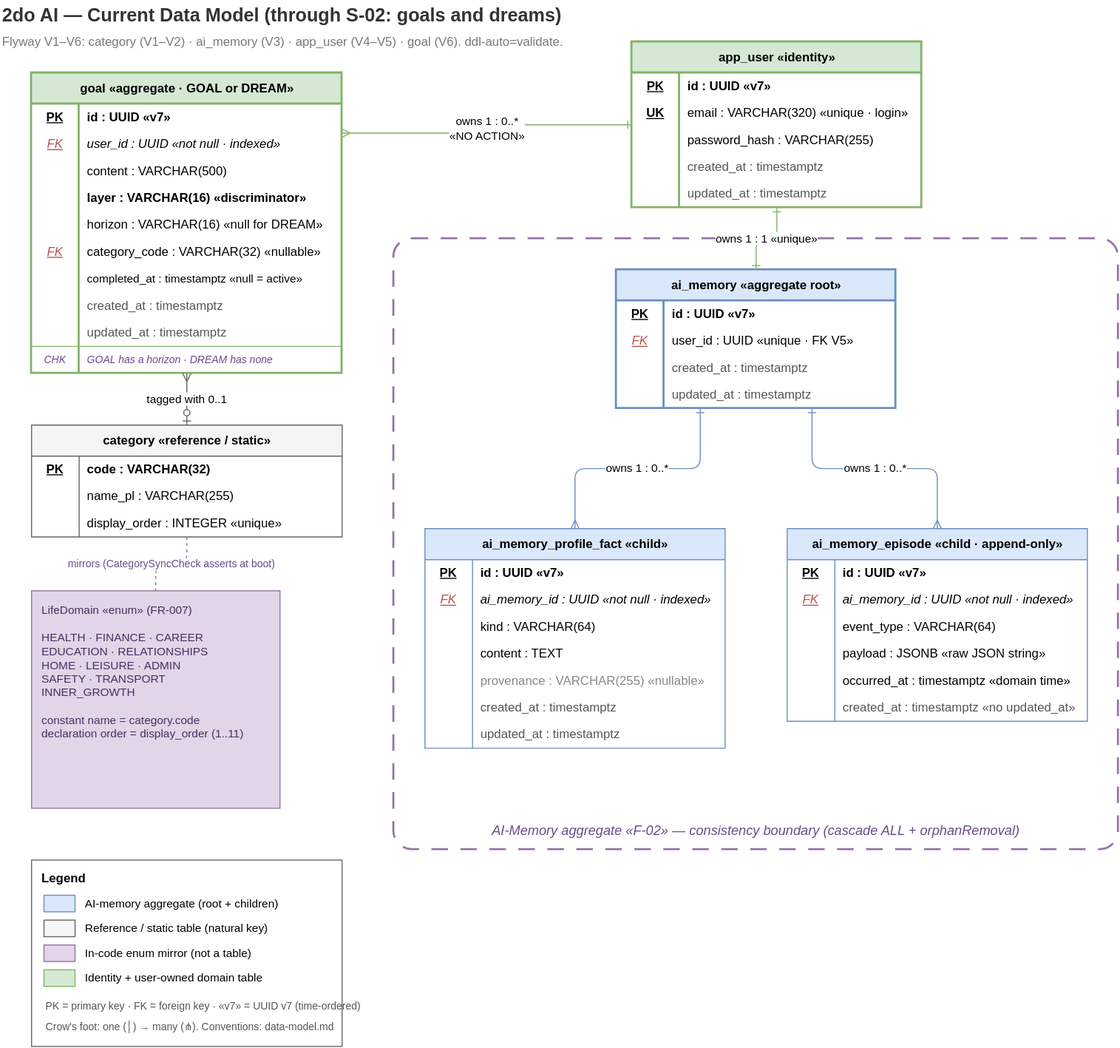
The draw.io diagram context/foundation/data-model-current.svg in TheDariusz/2doai, before a commit. Source tidied: cells renumbered, new cells last; positions are measured from the earlier drawing's top-left corner, leaving out a move shared by most shapes.
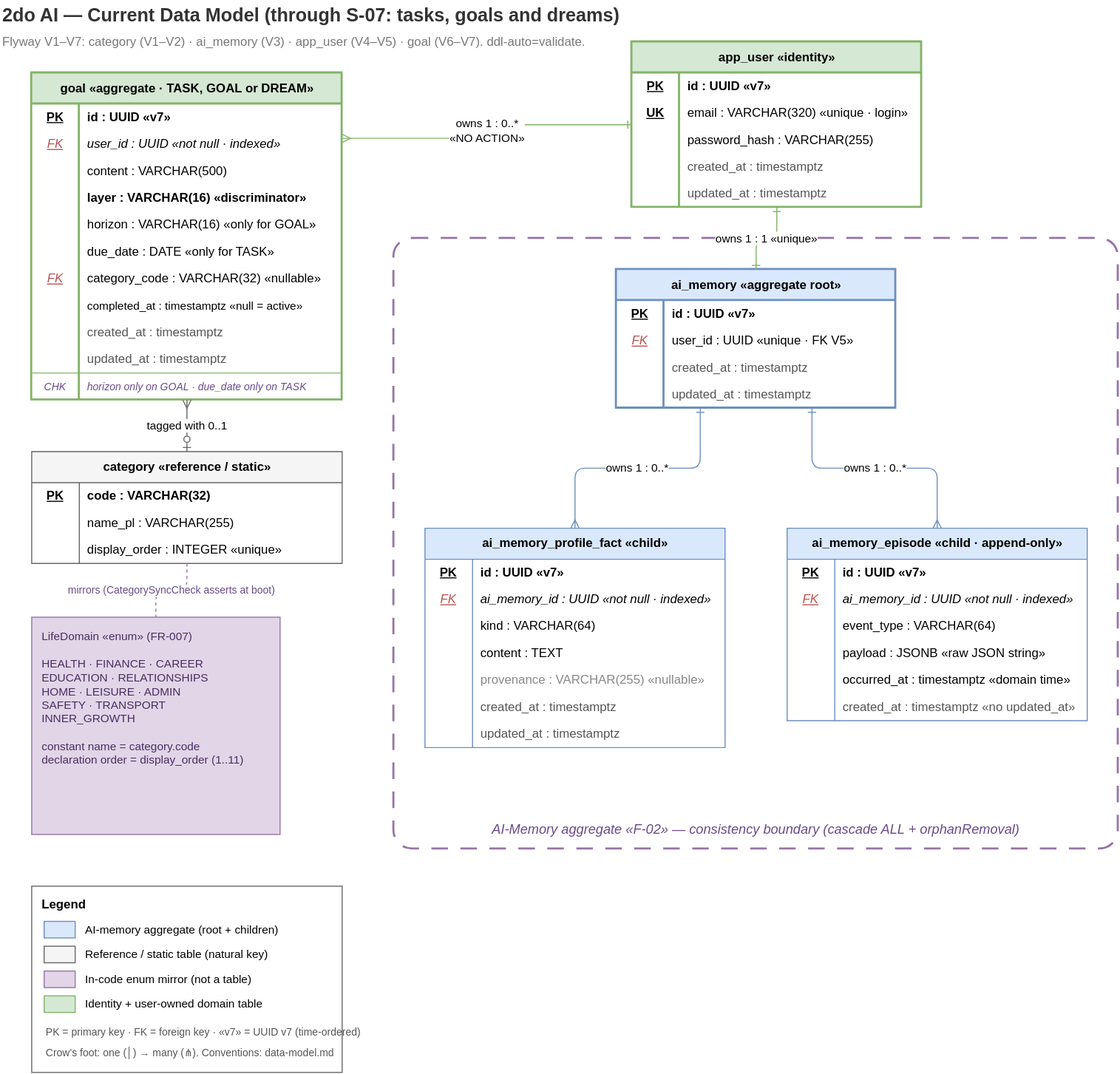
After the change.

Diff of the diagram source:
```diff
@@ -2,17 +2,17 @@
   <root>
     <mxCell id="0" />
     <mxCell id="1" parent="0" />
-    <mxCell id="2" value="2do AI — Current Data Model (through S-02: goals and dreams)" style="text;html=1;align=left;verticalAlign=middle;fontSize=18;fontStyle=1;fontColor=#333333;" parent="1" vertex="1">
+    <mxCell id="2" value="2do AI — Current Data Model (through S-07: tasks, goals and dreams)" style="text;html=1;align=left;verticalAlign=middle;fontSize=18;fontStyle=1;fontColor=#333333;" parent="1" vertex="1">
       <mxGeometry width="760" height="30" as="geometry" />
     </mxCell>
-    <mxCell id="3" value="Flyway V1–V6:  category (V1–V2) · ai_memory (V3) · app_user (V4–V5) · goal (V6).  ddl-auto=validate." style="text;html=1;align=left;verticalAlign=middle;fontSize=12;fontColor=#777777;" parent="1" vertex="1">
+    <mxCell id="3" value="Flyway V1–V7:  category (V1–V2) · ai_memory (V3) · app_user (V4–V5) · goal (V6–V7).  ddl-auto=validate." style="text;html=1;align=left;verticalAlign=middle;fontSize=12;fontColor=#777777;" parent="1" vertex="1">
       <mxGeometry y="30" width="600" height="20" as="geometry" />
     </mxCell>
     <mxCell id="4" value="AI-Memory aggregate  «F-02»  —  consistency boundary  (cascade ALL + orphanRemoval)" style="rounded=1;arcSize=3;whiteSpace=wrap;html=1;dashed=1;dashPattern=8 6;strokeColor=#9673a6;strokeWidth=2;fillColor=none;fontStyle=2;fontColor=#6a4a8a;fontSize=13;verticalAlign=bottom;spacingBottom=8;" parent="1" vertex="1">
       <mxGeometry x="380" y="230" width="700" height="590" as="geometry" />
     </mxCell>
     <mxCell id="5" value="category  «reference / static»" style="shape=table;startSize=30;rowLines=0;fontStyle=1;align=center;strokeColor=#666666;fillColor=#f5f5f5;html=1;" parent="1" vertex="1">
-      <mxGeometry x="30" y="410" width="300" height="108" as="geometry" />
+      <mxGeometry x="30" y="436" width="300" height="108" as="geometry" />
     </mxCell>
     <mxCell id="6" style="shape=tableRow;horizontal=0;startSize=0;swimlaneHead=0;swimlaneBody=0;strokeColor=inherit;top=0;left=0;right=0;bottom=0;fillColor=none;fontSize=12;" parent="5" vertex="1">
       <mxGeometry y="30" width="300" height="26" as="geometry" />
@@ -42,7 +42,7 @@
       <mxGeometry x="46" width="254" height="26" as="geometry" />
     </mxCell>
     <mxCell id="15" value="LifeDomain  «enum»  (FR-007)&#10;&#10;HEALTH · FINANCE · CAREER&#10;EDUCATION · RELATIONSHIPS&#10;HOME · LEISURE · ADMIN&#10;SAFETY · TRANSPORT&#10;INNER_GROWTH&#10;&#10;constant name  =  category.code&#10;declaration order  =  display_order (1..11)" style="rounded=0;whiteSpace=wrap;html=1;fillColor=#e1d5e7;strokeColor=#9673a6;fontColor=#4b2e63;align=left;verticalAlign=top;spacingLeft=8;spacingTop=6;fontSize=11;" parent="1" vertex="1">
-      <mxGeometry x="30" y="570" width="240" height="210" as="geometry" />
+      <mxGeometry x="30" y="596" width="240" height="210" as="geometry" />
     </mxCell>
     <mxCell id="16" value="app_user  «identity»" style="shape=table;startSize=30;rowLines=0;fontStyle=1;align=center;strokeColor=#82b366;strokeWidth=2;fillColor=#d5e8d4;html=1;" parent="1" vertex="1">
       <mxGeometry x="610" y="40" width="280" height="160" as="geometry" />
@@ -92,8 +92,8 @@
     <mxCell id="31" value="updated_at : timestamptz" style="shape=partialRectangle;html=1;whiteSpace=wrap;strokeColor=inherit;overflow=hidden;fillColor=none;top=0;left=0;bottom=0;right=0;align=left;spacingLeft=6;fontColor=#555555;" parent="29" vertex="1">
       <mxGeometry x="46" width="234" height="26" as="geometry" />
     </mxCell>
-    <mxCell id="32" value="goal  «aggregate · GOAL or DREAM»" style="shape=table;startSize=30;rowLines=0;fontStyle=1;align=center;strokeColor=#82b366;strokeWidth=2;fillColor=#d5e8d4;html=1;" parent="1" vertex="1">
-      <mxGeometry x="30" y="70" width="300" height="290" as="geometry" />
+    <mxCell id="32" value="goal  «aggregate · TASK, GOAL or DREAM»" style="shape=table;startSize=30;rowLines=0;fontStyle=1;align=center;strokeColor=#82b366;strokeWidth=2;fillColor=#d5e8d4;html=1;" parent="1" vertex="1">
+      <mxGeometry x="30" y="70" width="300" height="316" as="geometry" />
     </mxCell>
     <mxCell id="33" style="shape=tableRow;horizontal=0;startSize=0;swimlaneHead=0;swimlaneBody=0;strokeColor=inherit;top=0;left=0;right=0;bottom=0;fillColor=none;fontSize=12;" parent="32" vertex="1">
       <mxGeometry y="30" width="300" height="26" as="geometry" />
@@ -137,11 +137,20 @@
     <mxCell id="46" style="shape=partialRectangle;html=1;whiteSpace=wrap;strokeColor=inherit;overflow=hidden;fillColor=none;top=0;left=0;bottom=0;right=0;" parent="45" vertex="1">
       <mxGeometry width="46" height="26" as="geometry" />
     </mxCell>
-    <mxCell id="47" value="horizon : VARCHAR(16)  «null for DREAM»" style="shape=partialRectangle;html=1;whiteSpace=wrap;strokeColor=inherit;overflow=hidden;fillColor=none;top=0;left=0;bottom=0;right=0;align=left;spacingLeft=6;" parent="45" vertex="1">
+    <mxCell id="47" value="horizon : VARCHAR(16)  «only for GOAL»" style="shape=partialRectangle;html=1;whiteSpace=wrap;strokeColor=inherit;overflow=hidden;fillColor=none;top=0;left=0;bottom=0;right=0;align=left;spacingLeft=6;" parent="45" vertex="1">
       <mxGeometry x="46" width="254" height="26" as="geometry" />
     </mxCell>
+    <mxCell id="134" style="shape=tableRow;horizontal=0;startSize=0;swimlaneHead=0;swimlaneBody=0;strokeColor=inherit;top=0;left=0;right=0;bottom=0;fillColor=none;fontSize=12;" parent="32" vertex="1">
+      <mxGeometry y="160" width="300" height="26" as="geometry" />
+    </mxCell>
+    <mxCell id="135" style="shape=partialRectangle;html=1;whiteSpace=wrap;strokeColor=inherit;overflow=hidden;fillColor=none;top=0;left=0;bottom=0;right=0;" parent="134" vertex="1">
+      <mxGeometry width="46" height="26" as="geometry" />
+    </mxCell>
+    <mxCell id="136" value="due_date : DATE  «only for TASK»" style="shape=partialRectangle;html=1;whiteSpace=wrap;strokeColor=inherit;overflow=hidden;fillColor=none;top=0;left=0;bottom=0;right=0;align=left;spacingLeft=6;" parent="134" vertex="1">
+      <mxGeometry x="46" width="254" height="26" as="geometry" />
+    </mxCell>
     <mxCell id="48" style="shape=tableRow;horizontal=0;startSize=0;swimlaneHead=0;swimlaneBody=0;strokeColor=inherit;top=0;left=0;right=0;bottom=0;fillColor=none;fontSize=12;" parent="32" vertex="1">
-      <mxGeometry y="160" width="300" height="26" as="geometry" />
+      <mxGeometry y="186" width="300" height="26" as="geometry" />
     </mxCell>
     <mxCell id="49" value="FK" style="shape=partialRectangle;html=1;whiteSpace=wrap;strokeColor=inherit;overflow=hidden;fillColor=none;top=0;left=0;bottom=0;right=0;fontStyle=6;align=center;fontColor=#b85450;" parent="48" vertex="1">
       <mxGeometry width="46" height="26" as="geometry" />
@@ -150,7 +159,7 @@
       <mxGeometry x="46" width="254" height="26" as="geometry" />
     </mxCell>
     <mxCell id="51" style="shape=tableRow;horizontal=0;startSize=0;swimlaneHead=0;swimlaneBody=0;strokeColor=inherit;top=0;left=0;right=0;bottom=0;fillColor=none;fontSize=12;" parent="32" vertex="1">
-      <mxGeometry y="186" width="300" height="26" as="geometry" />
+      <mxGeometry y="212" width="300" height="26" as="geometry" />
     </mxCell>
     <mxCell id="52" style="shape=partialRectangle;html=1;whiteSpace=wrap;strokeColor=inherit;overflow=hidden;fillColor=none;top=0;left=0;bottom=0;right=0;" parent="51" vertex="1">
       <mxGeometry width="46" height="26" as="geometry" />
@@ -159,7 +168,7 @@
       <mxGeometry x="46" width="254" height="26" as="geometry" />
     </mxCell>
     <mxCell id="54" style="shape=tableRow;horizontal=0;startSize=0;swimlaneHead=0;swimlaneBody=0;strokeColor=inherit;top=0;left=0;right=0;bottom=0;fillColor=none;fontSize=12;" parent="32" vertex="1">
-      <mxGeometry y="212" width="300" height="26" as="geometry" />
+      <mxGeometry y="238" width="300" height="26" as="geometry" />
     </mxCell>
     <mxCell id="55" style="shape=partialRectangle;html=1;whiteSpace=wrap;strokeColor=inherit;overflow=hidden;fillColor=none;top=0;left=0;bottom=0;right=0;" parent="54" vertex="1">
       <mxGeometry width="46" height="26" as="geometry" />
@@ -168,7 +177,7 @@
       <mxGeometry x="46" width="254" height="26" as="geometry" />
     </mxCell>
     <mxCell id="57" style="shape=tableRow;horizontal=0;startSize=0;swimlaneHead=0;swimlaneBody=0;strokeColor=inherit;top=0;left=0;right=0;bottom=0;fillColor=none;fontSize=12;" parent="32" vertex="1">
-      <mxGeometry y="238" width="300" height="26" as="geometry" />
+      <mxGeometry y="264" width="300" height="26" as="geometry" />
     </mxCell>
     <mxCell id="58" style="shape=partialRectangle;html=1;whiteSpace=wrap;strokeColor=inherit;overflow=hidden;fillColor=none;top=0;left=0;bottom=0;right=0;" parent="57" vertex="1">
       <mxGeometry width="46" height="26" as="geometry" />
@@ -177,12 +186,12 @@
       <mxGeometry x="46" width="254" height="26" as="geometry" />
     </mxCell>
     <mxCell id="60" style="shape=tableRow;horizontal=0;startSize=0;swimlaneHead=0;swimlaneBody=0;strokeColor=inherit;top=1;left=0;right=0;bottom=0;fillColor=none;fontSize=12;" parent="32" vertex="1">
-      <mxGeometry y="264" width="300" height="26" as="geometry" />
+      <mxGeometry y="290" width="300" height="26" as="geometry" />
     </mxCell>
     <mxCell id="61" value="CHK" style="shape=partialRectangle;html=1;whiteSpace=wrap;strokeColor=inherit;overflow=hidden;fillColor=none;top=0;left=0;bottom=0;right=0;fontStyle=2;align=center;fontSize=10;fontColor=#6a4a8a;" parent="60" vertex="1">
       <mxGeometry width="46" height="26" as="geometry" />
     </mxCell>
-    <mxCell id="62" value="GOAL has a horizon · DREAM has none" style="shape=partialRectangle;html=1;whiteSpace=wrap;strokeColor=inherit;overflow=hidden;fillColor=none;top=0;left=0;bottom=0;right=0;align=left;spacingLeft=6;fontStyle=2;fontSize=10;fontColor=#6a4a8a;" parent="60" vertex="1">
+    <mxCell id="62" value="horizon only on GOAL · due_date only on TASK" style="shape=partialRectangle;html=1;whiteSpace=wrap;strokeColor=inherit;overflow=hidden;fillColor=none;top=0;left=0;bottom=0;right=0;align=left;spacingLeft=6;fontStyle=2;fontSize=10;fontColor=#6a4a8a;" parent="60" vertex="1">
       <mxGeometry x="46" width="254" height="26" as="geometry" />
     </mxCell>
     <mxCell id="63" value="ai_memory  «aggregate root»" style="shape=table;startSize=30;rowLines=0;fontStyle=1;align=center;strokeColor=#6c8ebf;strokeWidth=2;fillColor=#dae8fc;html=1;" parent="1" vertex="1">
@@ -366,7 +375,7 @@
       <mxGeometry relative="1" as="geometry" />
     </mxCell>
     <mxCell id="123" value="Legend" style="rounded=0;whiteSpace=wrap;html=1;fillColor=none;strokeColor=#666666;verticalAlign=top;fontStyle=1;align=left;spacingLeft=8;spacingTop=4;" parent="1" vertex="1">
-      <mxGeometry x="30" y="830" width="300" height="180" as="geometry" />
+      <mxGeometry x="30" y="856" width="300" height="180" as="geometry" />
     </mxCell>
     <mxCell id="124" style="rounded=0;html=1;fillColor=#dae8fc;strokeColor=#6c8ebf;" parent="123" vertex="1">
       <mxGeometry x="12" y="34" width="30" height="16" as="geometry" />
```
